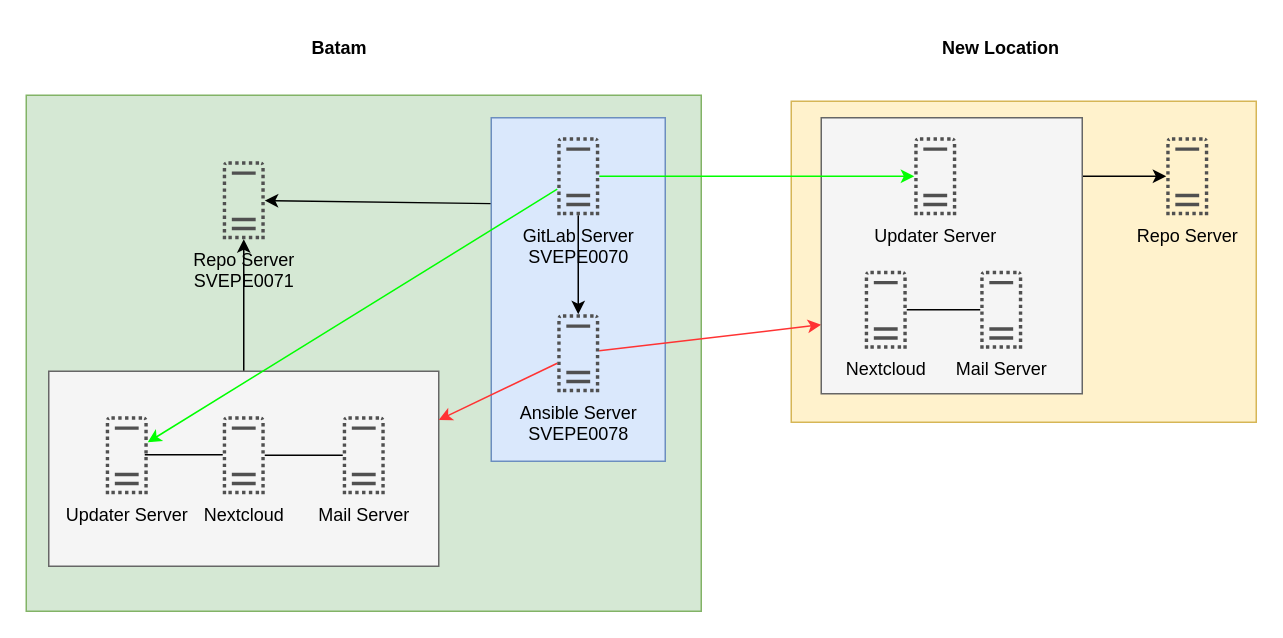
Before: nextcloud.drawio in iippam/proyek-01, a draw.io diagram. Source tidied: cells renumbered, new cells numbered last; positions are measured from the earlier drawing's top-left corner, leaving out a move shared by most shapes. Both pictures are drawn from the tidied source at 150%, with x=0, y=0 at pixel (26, 26).
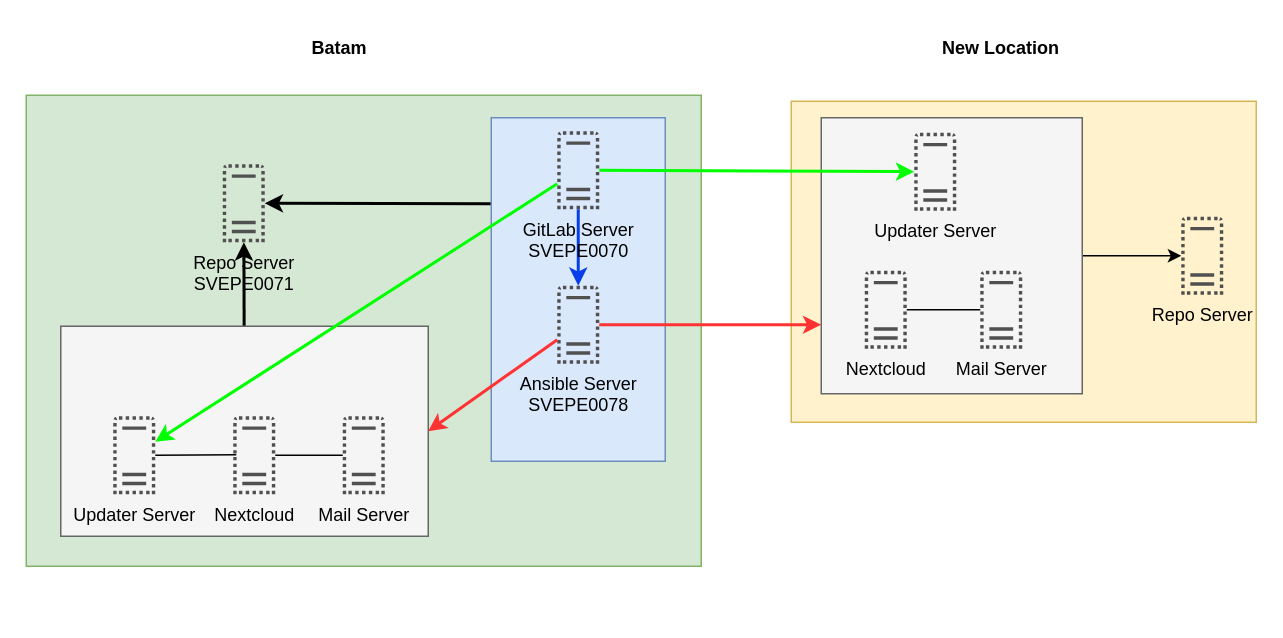
Above is the later version.

Unchanged cells that the change refers to:
```xml
<mxCell id="5" style="rounded=0;whiteSpace=wrap;html=1;fillColor=#dae8fc;strokeColor=#6c8ebf;" parent="1" vertex="1">
  <mxGeometry x="310" y="61" width="116" height="229" as="geometry" />
</mxCell>
<mxCell id="19" style="rounded=0;whiteSpace=wrap;html=1;fillColor=#f5f5f5;strokeColor=#666666;fontColor=#333333;" parent="1" vertex="1">
  <mxGeometry x="530" y="61" width="174" height="184" as="geometry" />
</mxCell>
```

Diff of the diagram source:
```diff
@@
     <mxCell id="3" style="rounded=0;whiteSpace=wrap;html=1;fillColor=#d5e8d4;strokeColor=#82b366;" parent="1" vertex="1">
-      <mxGeometry y="46" width="450" height="344" as="geometry" />
+      <mxGeometry y="46" width="450" height="314" as="geometry" />
     </mxCell>
-    <mxCell id="4" style="edgeStyle=none;rounded=0;jettySize=auto;html=1;exitX=0;exitY=0.25;exitDx=0;exitDy=0;" parent="1" edge="1" source="5" target="10">
+    <mxCell id="4" style="edgeStyle=none;rounded=0;jettySize=auto;html=1;exitX=0;exitY=0.25;exitDx=0;exitDy=0;strokeWidth=2;" parent="1" edge="1" source="5" target="10">
       <mxGeometry relative="1" as="geometry" />
     </mxCell>
@@
-    <mxCell id="6" style="edgeStyle=none;rounded=0;jettySize=auto;html=1;" parent="1" edge="1" source="7" target="10">
+    <mxCell id="6" style="edgeStyle=none;rounded=0;jettySize=auto;html=1;strokeWidth=2;" parent="1" edge="1" source="7" target="10">
       <mxGeometry relative="1" as="geometry" />
     </mxCell>
     <mxCell id="7" style="rounded=0;whiteSpace=wrap;html=1;fillColor=#f5f5f5;strokeColor=#666666;fontColor=#333333;" parent="1" vertex="1">
-      <mxGeometry x="15" y="230" width="260" height="130" as="geometry" />
+      <mxGeometry x="23" y="200" width="245" height="140" as="geometry" />
     </mxCell>
     <mxCell id="8" value="Nextcloud" style="sketch=0;shadow=0;dashed=0;html=1;strokeColor=none;fillColor=#505050;labelPosition=center;verticalLabelPosition=bottom;verticalAlign=top;outlineConnect=0;align=center;shape=mxgraph.office.servers.virtual_server;" parent="1" vertex="1">
-      <mxGeometry x="131" y="260" width="28" height="52" as="geometry" />
+      <mxGeometry x="138" y="260" width="28" height="52" as="geometry" />
     </mxCell>
@@
     <mxCell id="10" value="Repo Server&lt;div&gt;SVEPE0071&lt;/div&gt;" style="sketch=0;shadow=0;dashed=0;html=1;strokeColor=none;fillColor=#505050;labelPosition=center;verticalLabelPosition=bottom;verticalAlign=top;outlineConnect=0;align=center;shape=mxgraph.office.servers.virtual_server;" parent="1" vertex="1">
-      <mxGeometry x="131" y="90" width="28" height="52" as="geometry" />
+      <mxGeometry x="131" y="92" width="28" height="52" as="geometry" />
     </mxCell>
-    <mxCell id="11" style="edgeStyle=none;rounded=0;jettySize=auto;html=1;entryX=0;entryY=0.75;entryDx=0;entryDy=0;strokeColor=#FF3333;" parent="1" edge="1" source="12" target="19">
+    <mxCell id="11" style="edgeStyle=none;rounded=0;jettySize=auto;html=1;entryX=0;entryY=0.75;entryDx=0;entryDy=0;strokeColor=#FF3333;strokeWidth=2;" parent="1" edge="1" source="12" target="19">
       <mxGeometry relative="1" as="geometry" />
     </mxCell>
     <mxCell id="12" value="Ansible Server&lt;br&gt;SVEPE0078" style="sketch=0;shadow=0;dashed=0;html=1;strokeColor=none;fillColor=#505050;labelPosition=center;verticalLabelPosition=bottom;verticalAlign=top;outlineConnect=0;align=center;shape=mxgraph.office.servers.virtual_server;" parent="1" vertex="1">
-      <mxGeometry x="354" y="192" width="28" height="52" as="geometry" />
+      <mxGeometry x="354" y="173" width="28" height="52" as="geometry" />
     </mxCell>
     <mxCell id="13" value="Updater Server" style="sketch=0;shadow=0;dashed=0;html=1;strokeColor=none;fillColor=#505050;labelPosition=center;verticalLabelPosition=bottom;verticalAlign=top;outlineConnect=0;align=center;shape=mxgraph.office.servers.virtual_server;" parent="1" vertex="1">
-      <mxGeometry x="53" y="260" width="28" height="52" as="geometry" />
+      <mxGeometry x="58" y="260" width="28" height="52" as="geometry" />
     </mxCell>
-    <mxCell id="14" style="edgeStyle=none;rounded=0;jettySize=auto;html=1;" parent="1" edge="1" source="15" target="12">
+    <mxCell id="14" style="edgeStyle=none;rounded=0;jettySize=auto;html=1;strokeWidth=2;strokeColor=light-dark(#063fea, #ededed);" parent="1" edge="1" source="15" target="12">
       <mxGeometry relative="1" as="geometry" />
     </mxCell>
     <mxCell id="15" value="GitLab Server&lt;br&gt;SVEPE0070" style="sketch=0;shadow=0;dashed=0;html=1;strokeColor=none;fillColor=#505050;labelPosition=center;verticalLabelPosition=bottom;verticalAlign=top;outlineConnect=0;align=center;shape=mxgraph.office.servers.virtual_server;" parent="1" vertex="1">
-      <mxGeometry x="354" y="74" width="28" height="52" as="geometry" />
+      <mxGeometry x="354" y="70" width="28" height="52" as="geometry" />
     </mxCell>
@@
-    <mxCell id="17" style="endArrow=none;html=1;rounded=0;" parent="1" edge="1">
-      <mxGeometry relative="1" as="geometry">
-        <mxPoint x="79" y="285.7" as="sourcePoint" />
-        <mxPoint x="131" y="285.7" as="targetPoint" />
-      </mxGeometry>
+    <mxCell id="17" style="endArrow=none;html=1;rounded=0;entryX=0.071;entryY=0.493;entryDx=0;entryDy=0;entryPerimeter=0;" parent="1" edge="1" source="13" target="8">
+      <mxGeometry relative="1" as="geometry" />
     </mxCell>
-    <mxCell id="18" style="edgeStyle=none;rounded=0;jettySize=auto;html=1;exitX=0.977;exitY=0.212;exitDx=0;exitDy=0;exitPerimeter=0;" parent="1" edge="1" source="19" target="22">
+    <mxCell id="18" style="edgeStyle=none;rounded=0;jettySize=auto;html=1;exitX=1;exitY=0.5;exitDx=0;exitDy=0;" parent="1" edge="1" source="19" target="22">
       <mxGeometry relative="1" as="geometry" />
     </mxCell>
@@
     <mxCell id="22" value="Repo Server" style="sketch=0;shadow=0;dashed=0;html=1;strokeColor=none;fillColor=#505050;labelPosition=center;verticalLabelPosition=bottom;verticalAlign=top;outlineConnect=0;align=center;shape=mxgraph.office.servers.virtual_server;" parent="1" vertex="1">
-      <mxGeometry x="760" y="74" width="28" height="52" as="geometry" />
+      <mxGeometry x="770" y="127" width="28" height="52" as="geometry" />
     </mxCell>
     <mxCell id="23" value="Updater Server" style="sketch=0;shadow=0;dashed=0;html=1;strokeColor=none;fillColor=#505050;labelPosition=center;verticalLabelPosition=bottom;verticalAlign=top;outlineConnect=0;align=center;shape=mxgraph.office.servers.virtual_server;" parent="1" vertex="1">
-      <mxGeometry x="592" y="74" width="28" height="52" as="geometry" />
+      <mxGeometry x="592" y="71" width="28" height="52" as="geometry" />
     </mxCell>
@@
-    <mxCell id="27" style="edgeStyle=none;rounded=0;jettySize=auto;html=1;strokeColor=#00FF00;" parent="1" edge="1" source="15" target="23">
+    <mxCell id="27" style="edgeStyle=none;rounded=0;jettySize=auto;html=1;strokeColor=#00FF00;strokeWidth=2;" parent="1" edge="1" source="15" target="23">
       <mxGeometry relative="1" as="geometry" />
     </mxCell>
-    <mxCell id="28" style="edgeStyle=none;rounded=0;jettySize=auto;html=1;entryX=1;entryY=0.25;entryDx=0;entryDy=0;strokeColor=#FF3333;" parent="1" edge="1" source="12" target="7">
+    <mxCell id="28" style="edgeStyle=none;rounded=0;jettySize=auto;html=1;entryX=1;entryY=0.5;entryDx=0;entryDy=0;strokeColor=#FF3333;strokeWidth=2;" parent="1" edge="1" source="12" target="7">
       <mxGeometry relative="1" as="geometry" />
     </mxCell>
-    <mxCell id="29" style="edgeStyle=none;rounded=0;jettySize=auto;html=1;strokeColor=#00FF00;" parent="1" edge="1" source="15" target="13">
+    <mxCell id="29" style="edgeStyle=none;rounded=0;jettySize=auto;html=1;strokeColor=#00FF00;strokeWidth=2;" parent="1" edge="1" source="15" target="13">
       <mxGeometry relative="1" as="geometry" />
     </mxCell>
```
